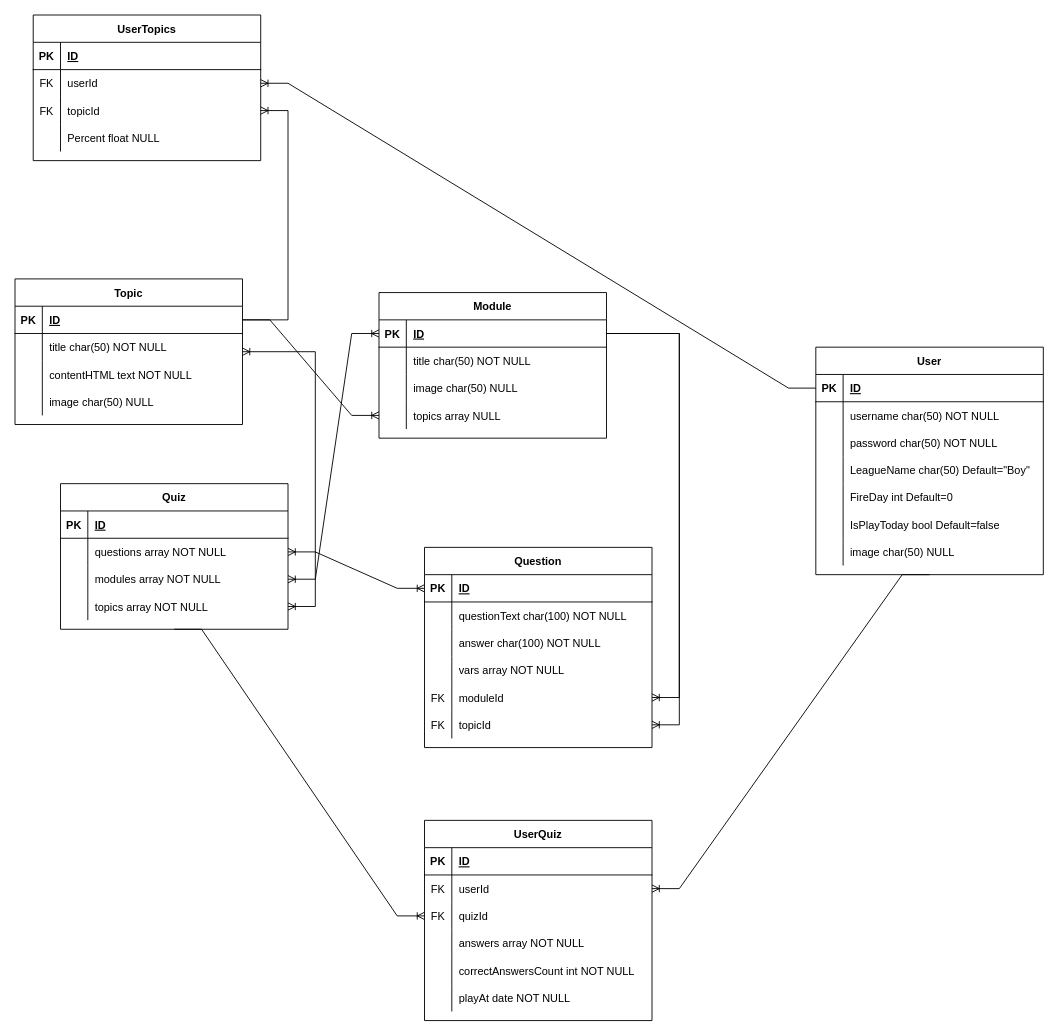
This is server/Диаграмма без названия.drawio from Dulatbay/KzHistory, a draw.io file, before an edit. Source tidied: cells renumbered, new cells numbered last; positions are measured from the earlier drawing's top-left corner, leaving out a move shared by most shapes. Both pictures are drawn from the tidied source at 91%, with x=0, y=0 at pixel (15, 15).
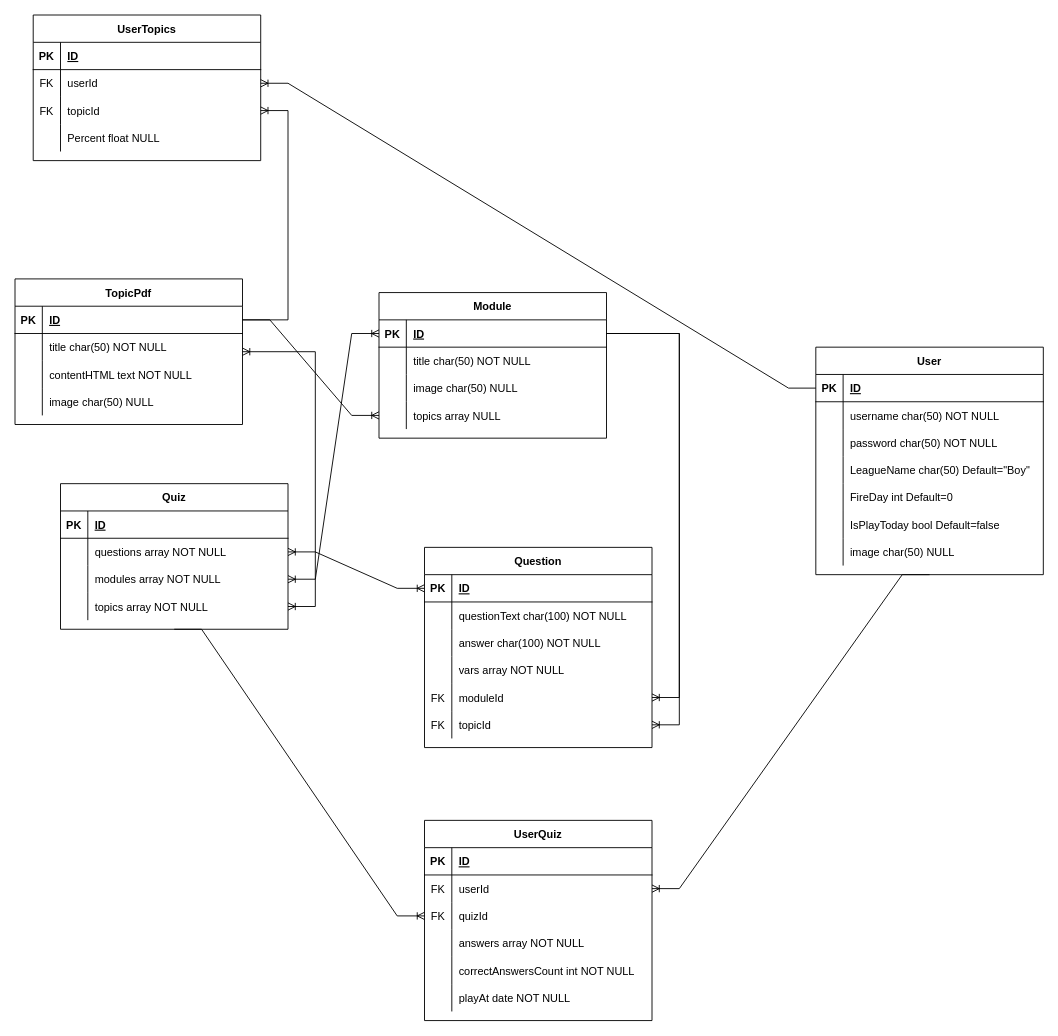
After the change.

What changed in the source:
```diff
@@
-    <mxCell id="24" value="Topic" style="shape=table;startSize=30;childLayout=tableLayout;rowLines=0;fontStyle=1;align=center;" parent="1" vertex="1">
+    <mxCell id="24" value="TopicPdf" style="shape=table;startSize=30;childLayout=tableLayout;rowLines=0;fontStyle=1;align=center;" parent="1" vertex="1">
       <mxGeometry y="290" width="250" height="160" as="geometry" />
     </mxCell>
```
